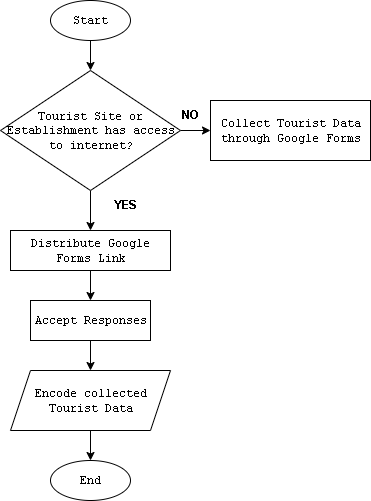
LittleEins/Thesis-Collab keeps this draw.io diagram as Deliverables/flowchart3.png. Above is the earlier version. Source tidied: cells renumbered, new cells last; positions are measured from the earlier drawing's top-left corner, leaving out a move shared by most shapes. Source of this version:
```xml
<mxGraphModel>
  <root>
    <mxCell id="0" />
    <mxCell id="1" parent="0" />
    <mxCell id="2" style="edgeStyle=orthogonalEdgeStyle;rounded=0;jettySize=auto;html=1;fontFamily=Courier New;" parent="1" edge="1" source="3" target="6">
      <mxGeometry relative="1" as="geometry" />
    </mxCell>
    <mxCell id="3" value="&lt;font&gt;Start&lt;/font&gt;" style="ellipse;whiteSpace=wrap;html=1;fontFamily=Courier New;" parent="1" vertex="1">
      <mxGeometry x="50" width="80" height="40" as="geometry" />
    </mxCell>
    <mxCell id="4" style="edgeStyle=orthogonalEdgeStyle;rounded=0;jettySize=auto;html=1;" parent="1" edge="1" source="6" target="8">
      <mxGeometry relative="1" as="geometry" />
    </mxCell>
    <mxCell id="5" style="edgeStyle=orthogonalEdgeStyle;rounded=0;jettySize=auto;html=1;" parent="1" edge="1" source="6" target="10">
      <mxGeometry relative="1" as="geometry" />
    </mxCell>
    <mxCell id="6" value="Tourist Site or Establishment has access to internet?" style="rhombus;whiteSpace=wrap;html=1;spacingLeft=1;fontFamily=Courier New;" parent="1" vertex="1">
      <mxGeometry y="70" width="180" height="120" as="geometry" />
    </mxCell>
    <mxCell id="7" style="edgeStyle=orthogonalEdgeStyle;rounded=0;jettySize=auto;html=1;" parent="1" edge="1" source="8" target="13">
      <mxGeometry relative="1" as="geometry" />
    </mxCell>
    <mxCell id="8" value="Distribute Google Forms Link" style="whiteSpace=wrap;html=1;fontFamily=Courier New;spacingLeft=1;" parent="1" vertex="1">
      <mxGeometry x="10" y="230" width="160" height="40" as="geometry" />
    </mxCell>
    <mxCell id="9" value="&lt;b&gt;YES&lt;/b&gt;" style="text;html=1;align=center;verticalAlign=middle;strokeColor=none;fillColor=none;" parent="1" vertex="1">
      <mxGeometry x="100" y="190" width="50" height="30" as="geometry" />
    </mxCell>
    <mxCell id="10" value="Collect Tourist Data through Google Forms" style="whiteSpace=wrap;html=1;fontFamily=Courier New;spacingLeft=1;" parent="1" vertex="1">
      <mxGeometry x="210" y="100" width="160" height="60" as="geometry" />
    </mxCell>
    <mxCell id="11" value="&lt;b&gt;NO&lt;/b&gt;" style="text;html=1;align=center;verticalAlign=middle;strokeColor=none;fillColor=none;" parent="1" vertex="1">
      <mxGeometry x="170" y="100" width="40" height="30" as="geometry" />
    </mxCell>
    <mxCell id="12" style="edgeStyle=orthogonalEdgeStyle;rounded=0;jettySize=auto;html=1;" parent="1" edge="1" source="13" target="15">
      <mxGeometry relative="1" as="geometry" />
    </mxCell>
    <mxCell id="13" value="Accept Responses" style="whiteSpace=wrap;html=1;fontFamily=Courier New;spacingLeft=1;" parent="1" vertex="1">
      <mxGeometry x="30" y="300" width="120" height="40" as="geometry" />
    </mxCell>
    <mxCell id="14" style="edgeStyle=orthogonalEdgeStyle;rounded=0;jettySize=auto;html=1;" parent="1" edge="1" source="15" target="16">
      <mxGeometry relative="1" as="geometry" />
    </mxCell>
    <mxCell id="15" value="Encode collected Tourist Data" style="shape=parallelogram;perimeter=parallelogramPerimeter;whiteSpace=wrap;html=1;fixedSize=1;fontFamily=Courier New;spacingLeft=1;" parent="1" vertex="1">
      <mxGeometry x="10" y="370" width="160" height="60" as="geometry" />
    </mxCell>
    <mxCell id="16" value="End" style="ellipse;whiteSpace=wrap;html=1;fontFamily=Courier New;spacingLeft=1;" parent="1" vertex="1">
      <mxGeometry x="50" y="460" width="80" height="40" as="geometry" />
    </mxCell>
  </root>
</mxGraphModel>
```
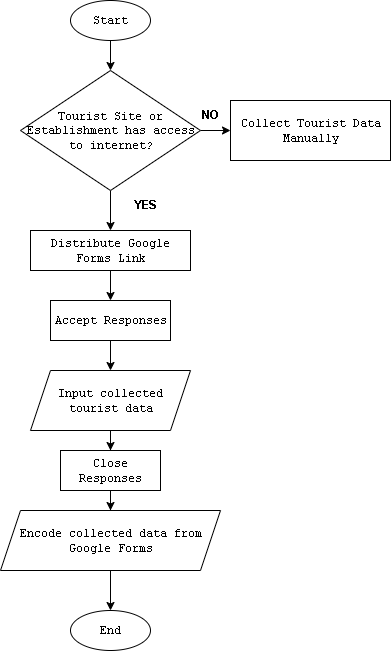
Above is the later version.

What changed in the source:
```diff
@@ -14,7 +14,7 @@
     <mxCell id="5" style="edgeStyle=orthogonalEdgeStyle;rounded=0;jettySize=auto;html=1;" parent="1" edge="1" source="6" target="10">
       <mxGeometry relative="1" as="geometry" />
     </mxCell>
-    <mxCell id="6" value="Tourist Site or Establishment has access to internet?" style="rhombus;whiteSpace=wrap;html=1;spacingLeft=1;fontFamily=Courier New;" parent="1" vertex="1">
+    <mxCell id="6" value="Tourist Site or Establishment has access to internet?" style="rhombus;html=1;spacingLeft=1;fontFamily=Courier New;whiteSpace=wrap;spacing=2;" parent="1" vertex="1">
       <mxGeometry y="70" width="180" height="120" as="geometry" />
     </mxCell>
     <mxCell id="7" style="edgeStyle=orthogonalEdgeStyle;rounded=0;jettySize=auto;html=1;" parent="1" edge="1" source="8" target="13">
@@ -26,7 +26,7 @@
     <mxCell id="9" value="&lt;b&gt;YES&lt;/b&gt;" style="text;html=1;align=center;verticalAlign=middle;strokeColor=none;fillColor=none;" parent="1" vertex="1">
       <mxGeometry x="100" y="190" width="50" height="30" as="geometry" />
     </mxCell>
-    <mxCell id="10" value="Collect Tourist Data through Google Forms" style="whiteSpace=wrap;html=1;fontFamily=Courier New;spacingLeft=1;" parent="1" vertex="1">
+    <mxCell id="10" value="Collect Tourist Data Manually" style="whiteSpace=wrap;html=1;fontFamily=Courier New;spacingLeft=1;" parent="1" vertex="1">
       <mxGeometry x="210" y="100" width="160" height="60" as="geometry" />
     </mxCell>
     <mxCell id="11" value="&lt;b&gt;NO&lt;/b&gt;" style="text;html=1;align=center;verticalAlign=middle;strokeColor=none;fillColor=none;" parent="1" vertex="1">
@@ -38,14 +38,26 @@
     <mxCell id="13" value="Accept Responses" style="whiteSpace=wrap;html=1;fontFamily=Courier New;spacingLeft=1;" parent="1" vertex="1">
       <mxGeometry x="30" y="300" width="120" height="40" as="geometry" />
     </mxCell>
-    <mxCell id="14" style="edgeStyle=orthogonalEdgeStyle;rounded=0;jettySize=auto;html=1;" parent="1" edge="1" source="15" target="16">
-      <mxGeometry relative="1" as="geometry" />
-    </mxCell>
+    <mxCell id="17" style="edgeStyle=orthogonalEdgeStyle;rounded=0;jettySize=auto;html=1;" parent="1" edge="1" source="15" target="19">
+      <mxGeometry relative="1" as="geometry" />
+    </mxCell>
-    <mxCell id="15" value="Encode collected Tourist Data" style="shape=parallelogram;perimeter=parallelogramPerimeter;whiteSpace=wrap;html=1;fixedSize=1;fontFamily=Courier New;spacingLeft=1;" parent="1" vertex="1">
+    <mxCell id="15" value="Input collected tourist data" style="shape=parallelogram;perimeter=parallelogramPerimeter;whiteSpace=wrap;html=1;fixedSize=1;fontFamily=Courier New;spacingLeft=1;" parent="1" vertex="1">
       <mxGeometry x="10" y="370" width="160" height="60" as="geometry" />
     </mxCell>
+    <mxCell id="18" style="edgeStyle=orthogonalEdgeStyle;rounded=0;jettySize=auto;html=1;" parent="1" edge="1" source="19" target="21">
+      <mxGeometry relative="1" as="geometry" />
+    </mxCell>
+    <mxCell id="19" value="Close Responses" style="whiteSpace=wrap;html=1;fontFamily=Courier New;spacingLeft=1;" parent="1" vertex="1">
+      <mxGeometry x="40" y="450" width="100" height="40" as="geometry" />
+    </mxCell>
+    <mxCell id="20" style="edgeStyle=orthogonalEdgeStyle;rounded=0;jettySize=auto;html=1;" parent="1" edge="1" source="21" target="16">
+      <mxGeometry relative="1" as="geometry" />
+    </mxCell>
+    <mxCell id="21" value="Encode collected data from Google Forms" style="shape=parallelogram;perimeter=parallelogramPerimeter;whiteSpace=wrap;html=1;fixedSize=1;fontFamily=Courier New;spacingLeft=1;" parent="1" vertex="1">
+      <mxGeometry x="-20" y="510" width="220" height="60" as="geometry" />
+    </mxCell>
     <mxCell id="16" value="End" style="ellipse;whiteSpace=wrap;html=1;fontFamily=Courier New;spacingLeft=1;" parent="1" vertex="1">
-      <mxGeometry x="50" y="460" width="80" height="40" as="geometry" />
+      <mxGeometry x="50" y="610" width="80" height="40" as="geometry" />
     </mxCell>
   </root>
 </mxGraphModel>
```
